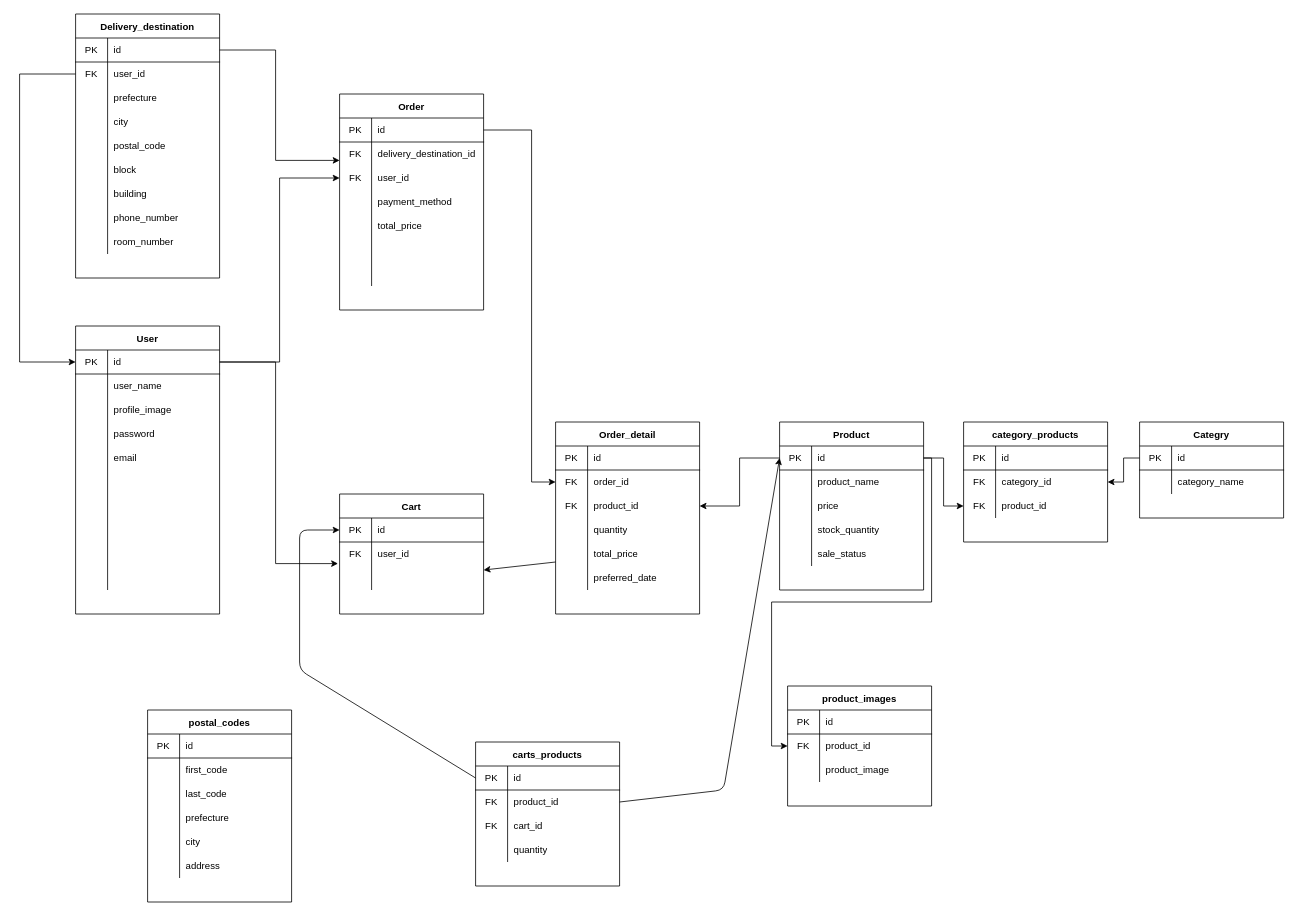
The draw.io diagram backend/dbdiagram.dio in fukasat1009/KaimonoJaws, before the edit. Source tidied: cells renumbered, new cells numbered last; positions are measured from the earlier drawing's top-left corner, leaving out a move shared by most shapes. Both pictures are drawn from the tidied source at 80%, with x=0, y=0 at pixel (19, 14).
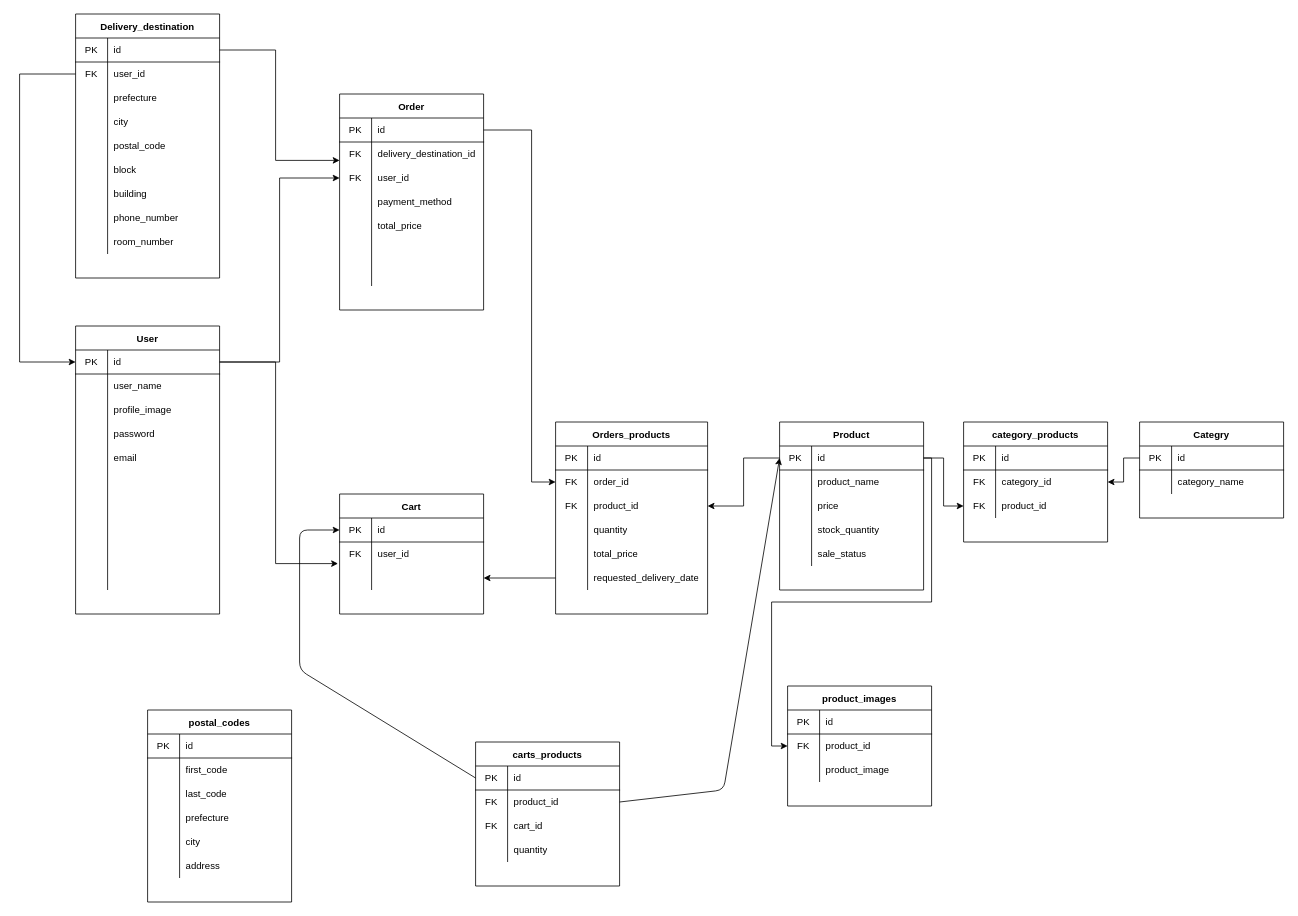
The same diagram, later.

The change refers to these unchanged cells:
```xml
<mxCell id="88" style="shape=partialRectangle;html=1;whiteSpace=wrap;fillColor=none;top=0;left=0;bottom=0;right=0;points=[[0,0.5],[1,0.5]];portConstraint=eastwest;" parent="81" vertex="1">
  <mxGeometry y="90" width="180" height="30" as="geometry" />
</mxCell>
```

Diff of the diagram source:
```diff
@@
-    <mxCell id="91" value="Order_detail" style="shape=table;startSize=30;childLayout=tableLayout;rowLines=0;fontStyle=1;align=center;" parent="1" vertex="1">
-      <mxGeometry x="670" y="510" width="180" height="240" as="geometry" />
+    <mxCell id="91" value="Orders_products" style="shape=table;startSize=30;childLayout=tableLayout;rowLines=0;fontStyle=1;align=center;" parent="1" vertex="1">
+      <mxGeometry x="670" y="510" width="190" height="240" as="geometry" />
     </mxCell>
     <mxCell id="92" style="shape=partialRectangle;html=1;whiteSpace=wrap;fillColor=none;top=0;left=0;bottom=1;right=0;" parent="91" vertex="1">
-      <mxGeometry y="30" width="180" height="30" as="geometry" />
+      <mxGeometry y="30" width="190" height="30" as="geometry" />
     </mxCell>
@@
     <mxCell id="94" value="id" style="shape=partialRectangle;html=1;whiteSpace=wrap;fillColor=none;top=0;left=0;bottom=0;right=0;align=left;spacingLeft=6;overflow=hidden;" parent="92" vertex="1">
-      <mxGeometry x="40" width="140" height="30" as="geometry" />
+      <mxGeometry x="40" width="150" height="30" as="geometry" />
     </mxCell>
     <mxCell id="95" style="shape=partialRectangle;html=1;whiteSpace=wrap;fillColor=none;top=0;left=0;bottom=0;right=0;points=[[0,0.5],[1,0.5]];portConstraint=eastwest;" parent="91" vertex="1">
-      <mxGeometry y="60" width="180" height="30" as="geometry" />
+      <mxGeometry y="60" width="190" height="30" as="geometry" />
     </mxCell>
@@
     <mxCell id="97" value="order_id" style="shape=partialRectangle;html=1;whiteSpace=wrap;fillColor=none;top=0;left=0;bottom=0;right=0;align=left;spacingLeft=6;overflow=hidden;" parent="95" vertex="1">
-      <mxGeometry x="40" width="140" height="30" as="geometry" />
+      <mxGeometry x="40" width="150" height="30" as="geometry" />
     </mxCell>
     <mxCell id="98" style="shape=partialRectangle;html=1;whiteSpace=wrap;fillColor=none;top=0;left=0;bottom=0;right=0;points=[[0,0.5],[1,0.5]];portConstraint=eastwest;" parent="91" vertex="1">
-      <mxGeometry y="90" width="180" height="30" as="geometry" />
+      <mxGeometry y="90" width="190" height="30" as="geometry" />
     </mxCell>
@@
     <mxCell id="100" value="product_id" style="shape=partialRectangle;html=1;whiteSpace=wrap;fillColor=none;top=0;left=0;bottom=0;right=0;align=left;spacingLeft=6;overflow=hidden;" parent="98" vertex="1">
-      <mxGeometry x="40" width="140" height="30" as="geometry" />
+      <mxGeometry x="40" width="150" height="30" as="geometry" />
     </mxCell>
     <mxCell id="101" style="shape=partialRectangle;html=1;whiteSpace=wrap;fillColor=none;top=0;left=0;bottom=0;right=0;" parent="91" vertex="1">
-      <mxGeometry y="120" width="180" height="30" as="geometry" />
+      <mxGeometry y="120" width="190" height="30" as="geometry" />
     </mxCell>
@@
     <mxCell id="103" value="quantity" style="shape=partialRectangle;html=1;whiteSpace=wrap;fillColor=none;top=0;left=0;bottom=0;right=0;align=left;spacingLeft=6;overflow=hidden;" parent="101" vertex="1">
-      <mxGeometry x="40" width="140" height="30" as="geometry" />
+      <mxGeometry x="40" width="150" height="30" as="geometry" />
     </mxCell>
     <mxCell id="104" style="shape=partialRectangle;html=1;whiteSpace=wrap;fillColor=none;top=0;left=0;bottom=0;right=0;points=[[0,0.5],[1,0.5]];portConstraint=eastwest;" parent="91" vertex="1">
-      <mxGeometry y="150" width="180" height="30" as="geometry" />
+      <mxGeometry y="150" width="190" height="30" as="geometry" />
     </mxCell>
@@
     <mxCell id="106" value="total_price" style="shape=partialRectangle;html=1;whiteSpace=wrap;fillColor=none;top=0;left=0;bottom=0;right=0;align=left;spacingLeft=6;overflow=hidden;" parent="104" vertex="1">
-      <mxGeometry x="40" width="140" height="30" as="geometry" />
+      <mxGeometry x="40" width="150" height="30" as="geometry" />
     </mxCell>
     <mxCell id="107" style="shape=partialRectangle;html=1;whiteSpace=wrap;fillColor=none;top=0;left=0;bottom=0;right=0;points=[[0,0.5],[1,0.5]];portConstraint=eastwest;" parent="91" vertex="1">
-      <mxGeometry y="180" width="180" height="30" as="geometry" />
+      <mxGeometry y="180" width="190" height="30" as="geometry" />
     </mxCell>
@@
-    <mxCell id="109" value="&lt;span&gt;preferred_date&lt;/span&gt;" style="shape=partialRectangle;html=1;whiteSpace=wrap;fillColor=none;top=0;left=0;bottom=0;right=0;align=left;spacingLeft=6;overflow=hidden;" parent="107" vertex="1">
-      <mxGeometry x="40" width="140" height="30" as="geometry" />
+    <mxCell id="109" value="requested_delivery_date" style="shape=partialRectangle;html=1;whiteSpace=wrap;fillColor=none;top=0;left=0;bottom=0;right=0;align=left;spacingLeft=6;overflow=hidden;" parent="107" vertex="1">
+      <mxGeometry x="40" width="150" height="30" as="geometry" />
     </mxCell>
@@
-    <mxCell id="198" style="edgeStyle=none;html=1;" parent="1" edge="1" source="104" target="88">
-      <mxGeometry relative="1" as="geometry" />
-    </mxCell>
+    <mxCell id="199" style="edgeStyle=none;html=1;" parent="1" edge="1" source="107" target="88">
+      <mxGeometry relative="1" as="geometry" />
+    </mxCell>
```
